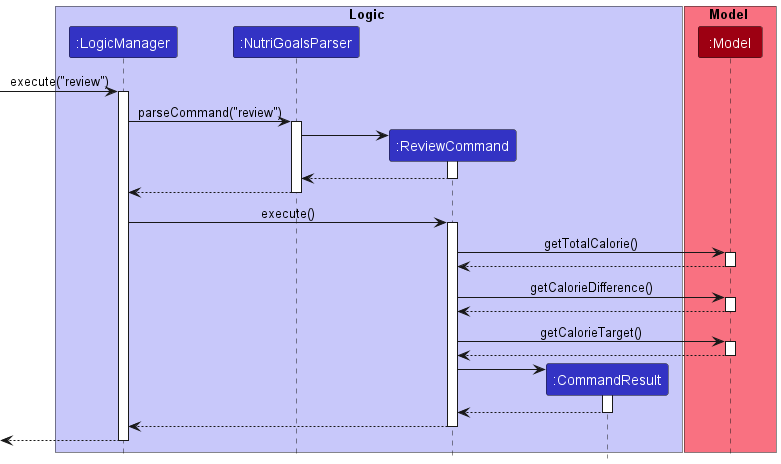
nus-cs2103-AY2223S1/tp keeps this PlantUML diagram as docs/images/ReviewSequenceDiagram.png. Above is the earlier version. Source of this version:
```plantuml
@startuml
!include style.puml

box Logic LOGIC_COLOR_T1
participant ":LogicManager" as LogicManager LOGIC_COLOR
participant ":NutriGoalsParser" as NutriGoalsParser LOGIC_COLOR
participant ":ReviewCommand" as ReviewCommand LOGIC_COLOR
participant ":CommandResult" as CommandResult LOGIC_COLOR
end box

box Model MODEL_COLOR_T1
participant ":Model" as Model MODEL_COLOR
end box

[-> LogicManager : execute("review")
activate LogicManager

LogicManager -> NutriGoalsParser : parseCommand("review")
activate NutriGoalsParser

create ReviewCommand
NutriGoalsParser -> ReviewCommand
activate ReviewCommand

ReviewCommand --> NutriGoalsParser
deactivate ReviewCommand

NutriGoalsParser --> LogicManager
deactivate NutriGoalsParser

LogicManager -> ReviewCommand : execute()
activate ReviewCommand

ReviewCommand -> Model : getTotalCalorie()
activate Model

Model --> ReviewCommand
deactivate Model

ReviewCommand -> Model : getCalorieDifference()
activate Model

Model --> ReviewCommand
deactivate Model

ReviewCommand -> Model : getCalorieTarget()
activate Model

Model --> ReviewCommand
deactivate Model

create CommandResult
ReviewCommand -> CommandResult
activate CommandResult

CommandResult --> ReviewCommand
deactivate CommandResult

ReviewCommand --> LogicManager
deactivate ReviewCommand

[<--LogicManager
deactivate LogicManager

@enduml
```
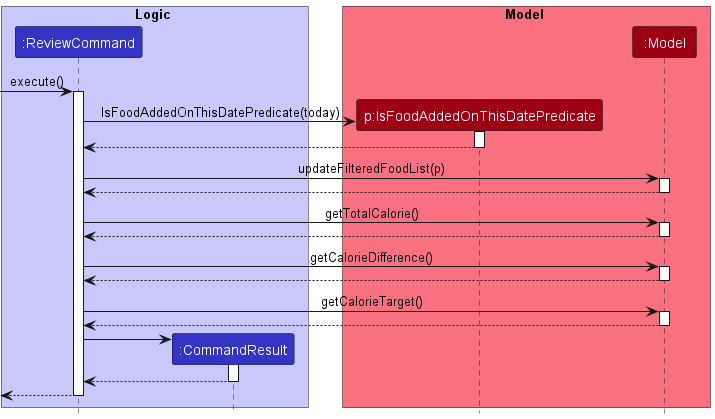
Later version of the same file.

What changed in the source:
```diff
@@ -2,34 +2,30 @@
 !include style.puml
 
 box Logic LOGIC_COLOR_T1
-participant ":LogicManager" as LogicManager LOGIC_COLOR
-participant ":NutriGoalsParser" as NutriGoalsParser LOGIC_COLOR
 participant ":ReviewCommand" as ReviewCommand LOGIC_COLOR
 participant ":CommandResult" as CommandResult LOGIC_COLOR
 end box
 
 box Model MODEL_COLOR_T1
+participant "p:IsFoodAddedOnThisDatePredicate" as IsFoodAddedOnThisDatePredicate MODEL_COLOR
 participant ":Model" as Model MODEL_COLOR
 end box
 
-[-> LogicManager : execute("review")
-activate LogicManager
-
-LogicManager -> NutriGoalsParser : parseCommand("review")
-activate NutriGoalsParser
-
-create ReviewCommand
-NutriGoalsParser -> ReviewCommand
+[-> ReviewCommand : execute()
 activate ReviewCommand
 
-ReviewCommand --> NutriGoalsParser
-deactivate ReviewCommand
+create IsFoodAddedOnThisDatePredicate
+ReviewCommand -> IsFoodAddedOnThisDatePredicate : IsFoodAddedOnThisDatePredicate(today)
+activate IsFoodAddedOnThisDatePredicate
 
-NutriGoalsParser --> LogicManager
-deactivate NutriGoalsParser
+IsFoodAddedOnThisDatePredicate --> ReviewCommand
+deactivate IsFoodAddedOnThisDatePredicate
 
-LogicManager -> ReviewCommand : execute()
-activate ReviewCommand
+ReviewCommand -> Model : updateFilteredFoodList(p)
+activate Model
+
+Model --> ReviewCommand
+deactivate Model
 
 ReviewCommand -> Model : getTotalCalorie()
 activate Model
@@ -56,10 +52,7 @@
 CommandResult --> ReviewCommand
 deactivate CommandResult
 
-ReviewCommand --> LogicManager
+[<--ReviewCommand
 deactivate ReviewCommand
 
-[<--LogicManager
-deactivate LogicManager
-
 @enduml
```
